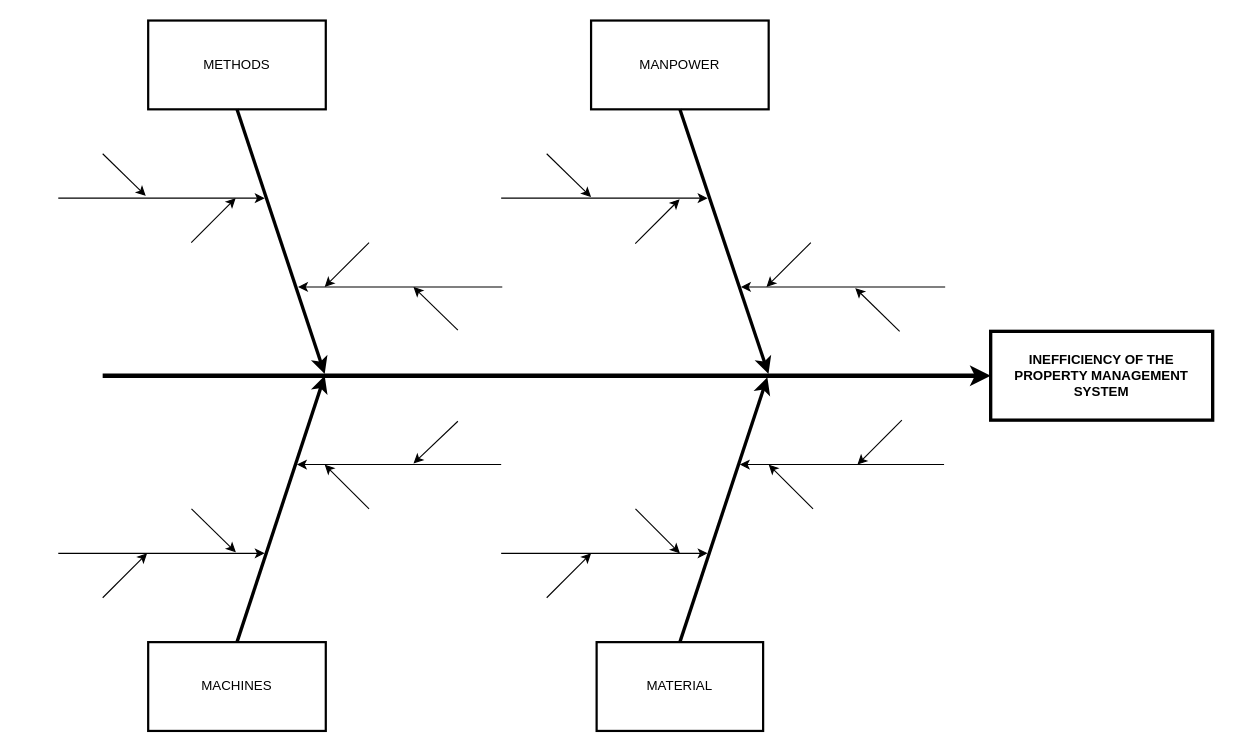
Above: Ishikawa2.drawio in doyaoencab/draw.io (draw.io), before the change. Source tidied: cells renumbered, new cells numbered last; positions are measured from the earlier drawing's top-left corner, leaving out a move shared by most shapes. Both pictures are drawn from the tidied source at 111%, with x=0, y=0 at pixel (58, 20).
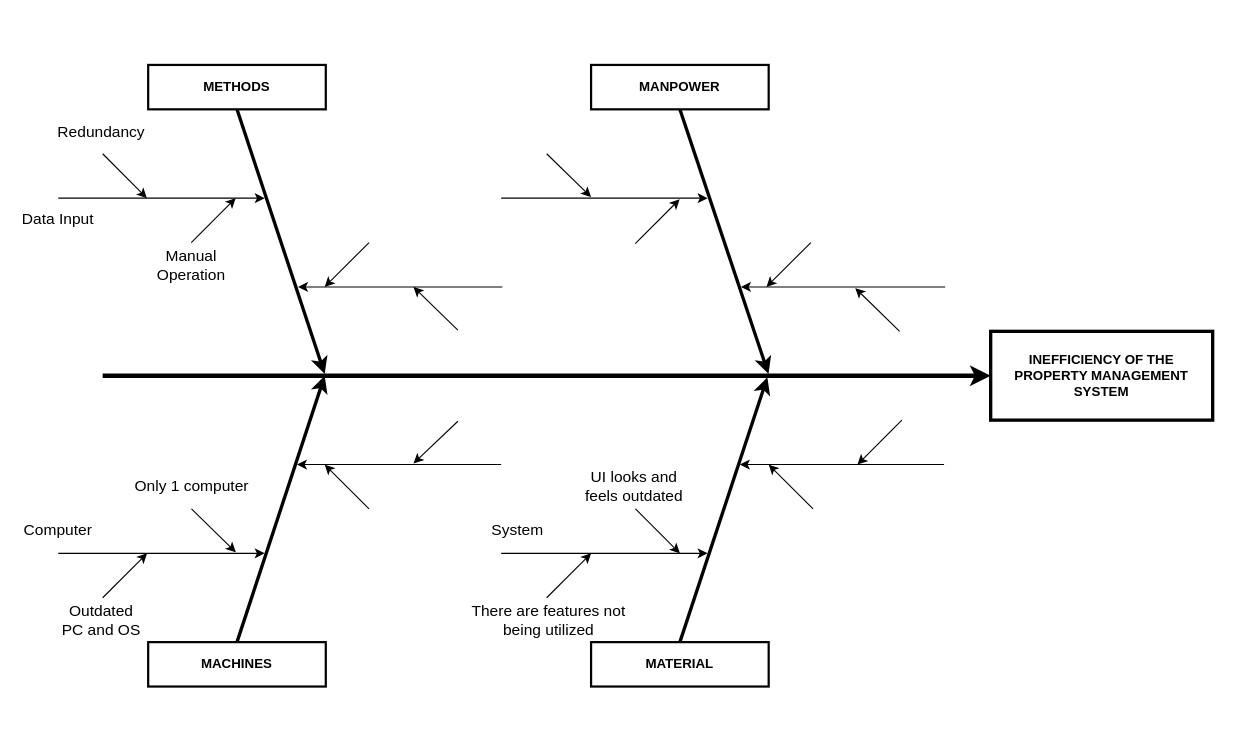
The same page after the edit.

The edit, as a diff of the source:
```diff
@@
-    <mxCell id="4" value="METHODS" style="whiteSpace=wrap;strokeWidth=2;" parent="1" vertex="1">
-      <mxGeometry x="81" width="160" height="80" as="geometry" />
+    <mxCell id="4" value="METHODS" style="whiteSpace=wrap;strokeWidth=2;fontStyle=1;" parent="1" vertex="1">
+      <mxGeometry x="81" y="40" width="160" height="40" as="geometry" />
     </mxCell>
-    <mxCell id="5" value="MACHINES" style="whiteSpace=wrap;strokeWidth=2;" parent="1" vertex="1">
-      <mxGeometry x="81" y="560" width="160" height="80" as="geometry" />
+    <mxCell id="5" value="MACHINES" style="whiteSpace=wrap;strokeWidth=2;fontStyle=1;" parent="1" vertex="1">
+      <mxGeometry x="81" y="560" width="160" height="40" as="geometry" />
     </mxCell>
@@
-    <mxCell id="8" value="MANPOWER" style="whiteSpace=wrap;strokeWidth=2;" parent="1" vertex="1">
-      <mxGeometry x="480" width="160" height="80" as="geometry" />
+    <mxCell id="8" value="MANPOWER" style="whiteSpace=wrap;strokeWidth=2;fontStyle=1;" parent="1" vertex="1">
+      <mxGeometry x="480" y="40" width="160" height="40" as="geometry" />
     </mxCell>
-    <mxCell id="9" value="MATERIAL" style="whiteSpace=wrap;strokeWidth=2;" parent="1" vertex="1">
-      <mxGeometry x="485" y="560" width="150" height="80" as="geometry" />
+    <mxCell id="9" value="MATERIAL" style="whiteSpace=wrap;strokeWidth=2;fontStyle=1;" parent="1" vertex="1">
+      <mxGeometry x="480" y="560" width="160" height="40" as="geometry" />
     </mxCell>
@@
     <mxCell id="15" style="endArrow=classic;html=1;rounded=0;" parent="1" edge="1">
       <mxGeometry relative="1" as="geometry">
         <mxPoint x="40" y="120" as="sourcePoint" />
-        <mxPoint x="78.8" y="158" as="targetPoint" />
+        <mxPoint x="79.8" y="160" as="targetPoint" />
       </mxGeometry>
     </mxCell>
@@
+    <mxCell id="36" value="&lt;font style=&quot;font-size: 14px;&quot;&gt;System&lt;/font&gt;" style="text;strokeColor=none;align=center;fillColor=none;html=1;verticalAlign=middle;whiteSpace=wrap;rounded=0;" parent="1" vertex="1">
+      <mxGeometry x="384" y="444" width="60" height="30" as="geometry" />
+    </mxCell>
+    <mxCell id="37" value="&lt;font style=&quot;font-size: 14px;&quot;&gt;Computer&lt;/font&gt;" style="text;strokeColor=none;align=center;fillColor=none;html=1;verticalAlign=middle;whiteSpace=wrap;rounded=0;" parent="1" vertex="1">
+      <mxGeometry x="-30" y="444" width="60" height="30" as="geometry" />
+    </mxCell>
+    <mxCell id="38" value="&lt;font style=&quot;font-size: 14px;&quot;&gt;Outdated PC and OS&lt;/font&gt;" style="text;strokeColor=none;align=center;fillColor=none;html=1;verticalAlign=middle;whiteSpace=wrap;rounded=0;" parent="1" vertex="1">
+      <mxGeometry x="1" y="525" width="76" height="30" as="geometry" />
+    </mxCell>
+    <mxCell id="39" value="&lt;font style=&quot;font-size: 14px;&quot;&gt;Only 1 computer&lt;/font&gt;" style="text;strokeColor=none;align=center;fillColor=none;html=1;verticalAlign=middle;whiteSpace=wrap;rounded=0;" parent="1" vertex="1">
+      <mxGeometry x="62.5" y="404" width="115" height="30" as="geometry" />
+    </mxCell>
+    <mxCell id="40" value="&lt;font style=&quot;font-size: 14px;&quot;&gt;UI looks and feels outdated&lt;/font&gt;" style="text;strokeColor=none;align=center;fillColor=none;html=1;verticalAlign=middle;whiteSpace=wrap;rounded=0;" parent="1" vertex="1">
+      <mxGeometry x="464" y="404" width="110" height="30" as="geometry" />
+    </mxCell>
+    <mxCell id="41" value="&lt;font style=&quot;font-size: 14px;&quot;&gt;There are features not being utilized&lt;/font&gt;" style="text;strokeColor=none;align=center;fillColor=none;html=1;verticalAlign=middle;whiteSpace=wrap;rounded=0;" parent="1" vertex="1">
+      <mxGeometry x="370" y="525" width="144" height="30" as="geometry" />
+    </mxCell>
+    <mxCell id="42" value="&lt;font style=&quot;font-size: 14px;&quot;&gt;Data Input&lt;/font&gt;" style="text;strokeColor=none;align=center;fillColor=none;html=1;verticalAlign=middle;whiteSpace=wrap;rounded=0;" parent="1" vertex="1">
+      <mxGeometry x="-35" y="164" width="70" height="30" as="geometry" />
+    </mxCell>
+    <mxCell id="43" value="&lt;font style=&quot;font-size: 14px;&quot;&gt;Redundancy&lt;/font&gt;" style="text;strokeColor=none;align=center;fillColor=none;html=1;verticalAlign=middle;whiteSpace=wrap;rounded=0;" parent="1" vertex="1">
+      <mxGeometry x="9" y="85" width="60" height="30" as="geometry" />
+    </mxCell>
+    <mxCell id="44" value="&lt;font style=&quot;font-size: 14px;&quot;&gt;Manual Operation&lt;/font&gt;" style="text;strokeColor=none;align=center;fillColor=none;html=1;verticalAlign=middle;whiteSpace=wrap;rounded=0;" parent="1" vertex="1">
+      <mxGeometry x="90" y="205" width="60" height="30" as="geometry" />
+    </mxCell>
```
